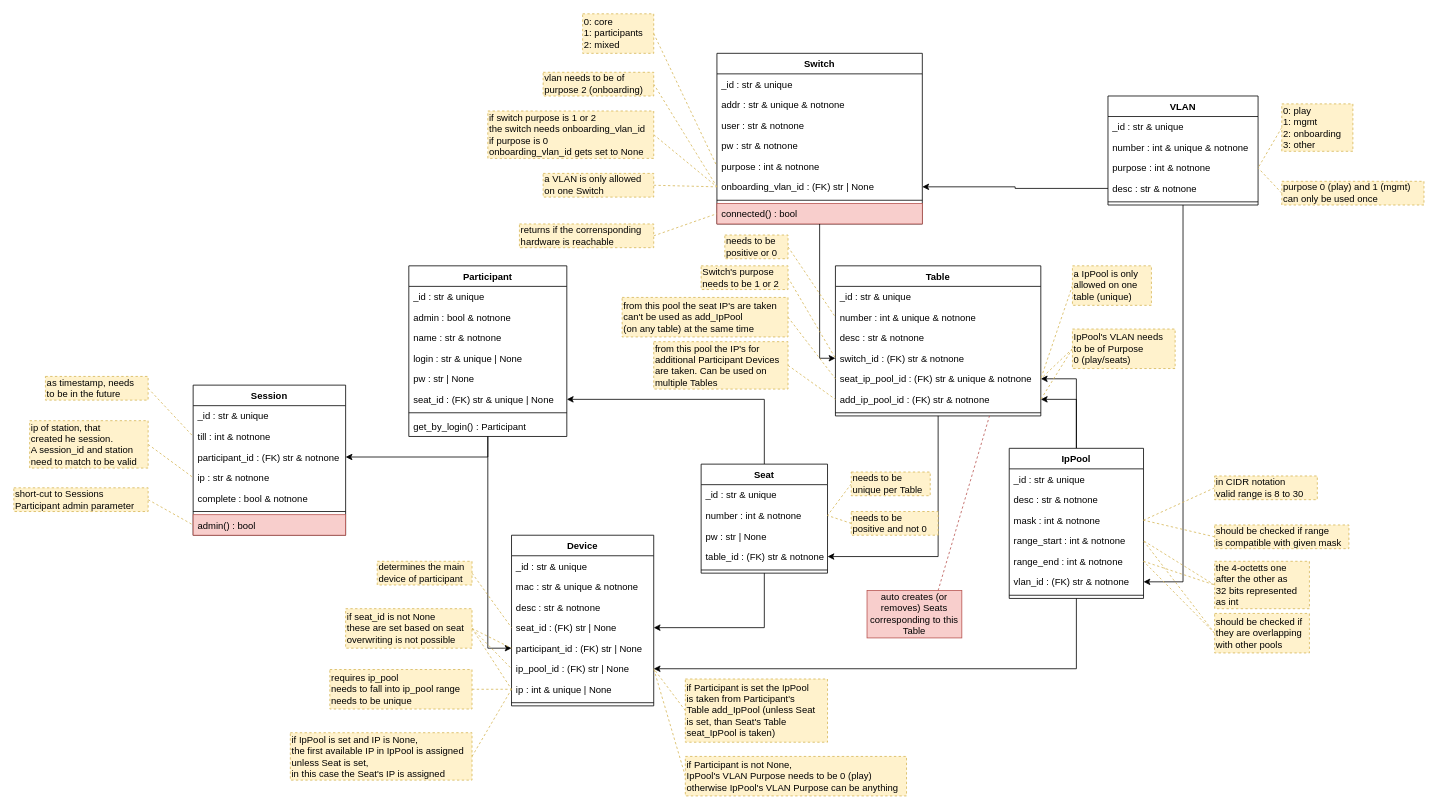
Before: docs/elements_classes.drawio in nils-ost/LanPartyOnboardingSystem, a draw.io diagram. Source tidied: cells renumbered, new cells numbered last; positions are measured from the earlier drawing's top-left corner, leaving out a move shared by most shapes. Both pictures are drawn from the tidied source at 79%, with x=0, y=0 at pixel (13, 13).
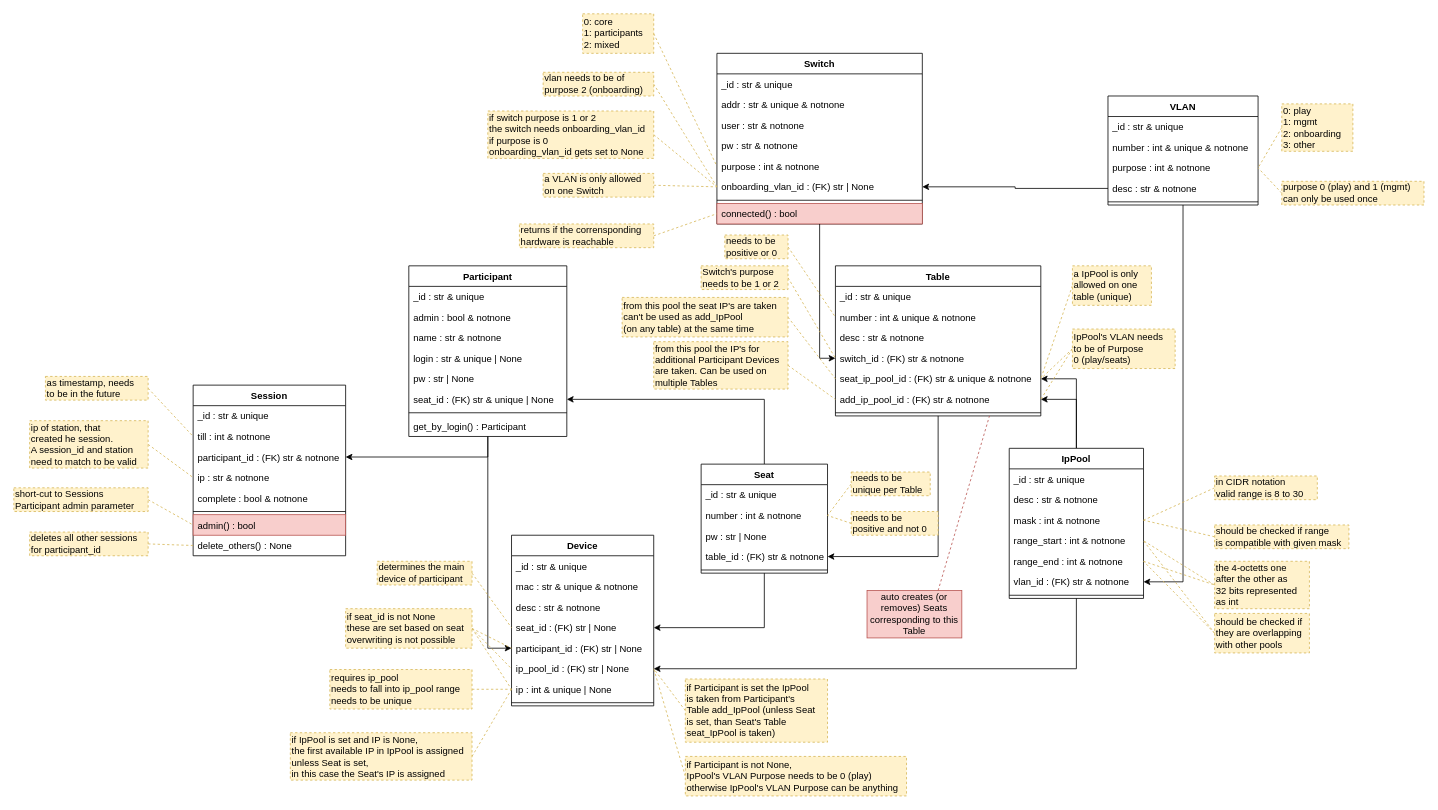
The same page after the edit.

Diff of the diagram source:
```diff
@@
     <mxCell id="78" value="Session" style="swimlane;fontStyle=1;align=center;verticalAlign=top;horizontal=1;startSize=26;" parent="1" vertex="1">
-      <mxGeometry x="227" y="470" width="193" height="190" as="geometry" />
+      <mxGeometry x="227" y="470" width="193" height="216" as="geometry" />
     </mxCell>
@@
+    <mxCell id="139" value="delete_others() : None" style="text;align=left;verticalAlign=top;spacingLeft=4;spacingRight=4;overflow=hidden;points=[[0,0.5],[1,0.5]];portConstraint=eastwest;" parent="78" vertex="1">
+      <mxGeometry y="190" width="193" height="26" as="geometry" />
+    </mxCell>
@@
+    <mxCell id="140" style="rounded=0;jettySize=auto;html=1;exitX=1;exitY=0.5;exitDx=0;exitDy=0;entryX=0;entryY=0.5;entryDx=0;entryDy=0;dashed=1;endArrow=none;endFill=0;fillColor=#fff2cc;strokeColor=#d6b656;" parent="1" edge="1" source="141" target="139">
+      <mxGeometry relative="1" as="geometry" />
+    </mxCell>
+    <mxCell id="141" value="deletes all other sessions&lt;br&gt;for participant_id" style="rounded=0;whiteSpace=wrap;html=1;fillColor=#fff2cc;strokeColor=#d6b656;dashed=1;align=left;verticalAlign=middle;horizontal=1;labelPosition=center;verticalLabelPosition=middle;" parent="1" vertex="1">
+      <mxGeometry x="20" y="656" width="150" height="30" as="geometry" />
+    </mxCell>
```
